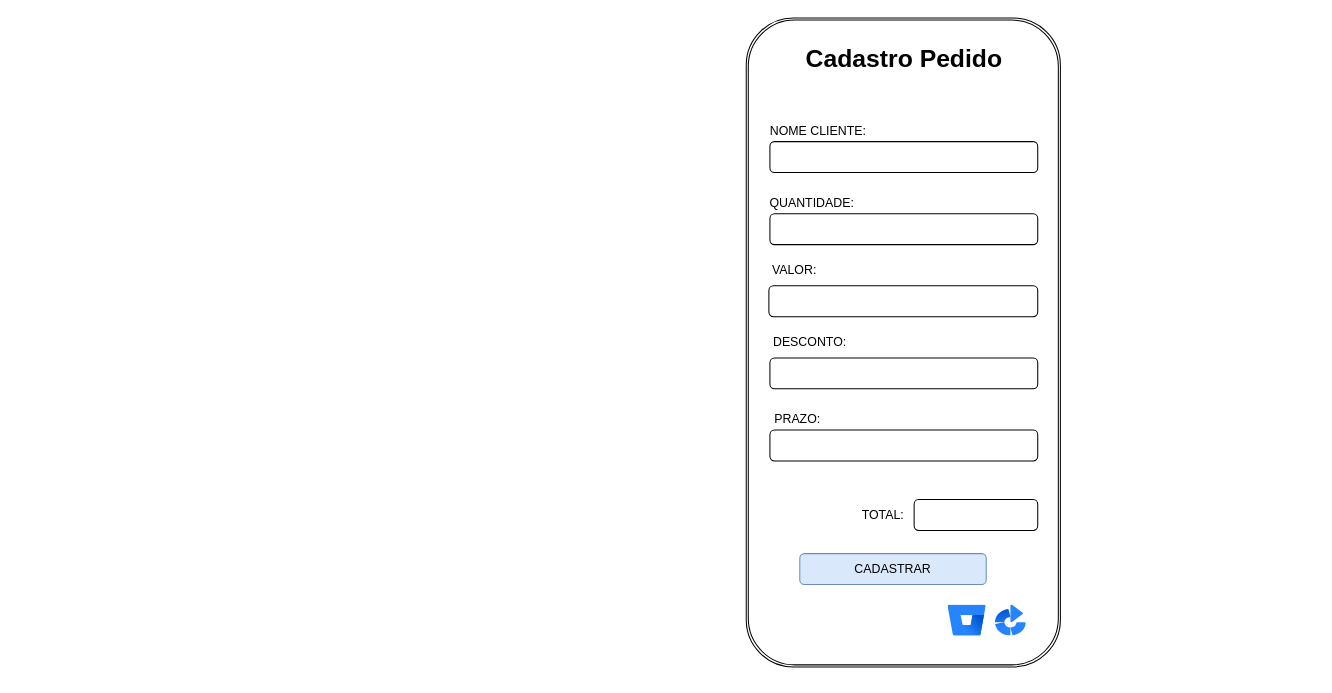
Above: page "Página-2" (2 of 4) of DOC/tela.drawio in rafaelareisilva/avatar.app (draw.io), before the change. Source tidied: cells renumbered, new cells numbered last; positions are measured from the earlier drawing's top-left corner, leaving out a move shared by most shapes. Both pictures are drawn from the tidied source at 103%, with x=0, y=0 at pixel (579, 38).
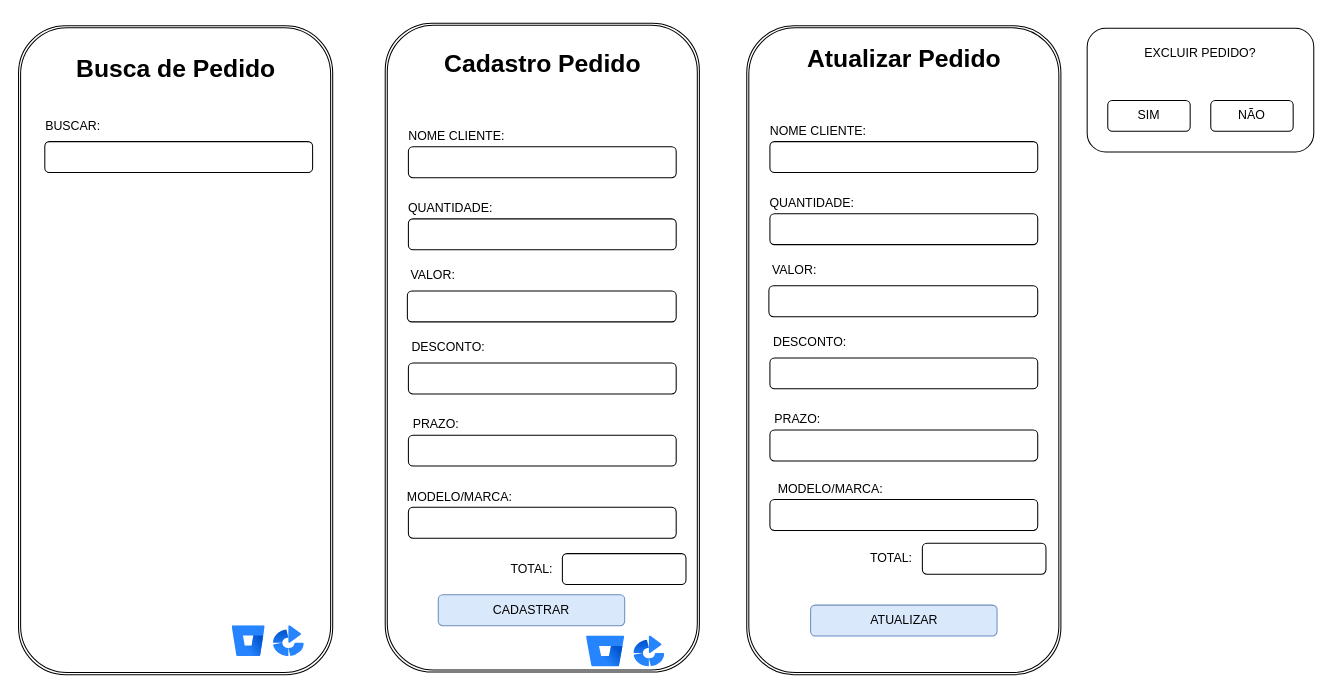
The same page after the edit.

Diff of the diagram source:
```diff
@@
     <mxCell id="2" style="shape=ext;double=1;rounded=1;whiteSpace=wrap;html=1;rotation=90;" parent="1" vertex="1">
-      <mxGeometry x="-0.5" y="142.5" width="630" height="305" as="geometry" />
+      <mxGeometry y="150" width="630" height="305" as="geometry" />
     </mxCell>
@@
-    <mxCell id="5" value="Cadastro Pedido" style="text;strokeColor=none;fillColor=none;html=1;fontSize=24;fontStyle=1;verticalAlign=middle;align=center;" parent="1" vertex="1">
+    <mxCell id="5" value="Atualizar Pedido" style="text;strokeColor=none;fillColor=none;html=1;fontSize=24;fontStyle=1;verticalAlign=middle;align=center;" parent="1" vertex="1">
       <mxGeometry x="265" width="100" height="40" as="geometry" />
     </mxCell>
@@
-    <mxCell id="9" style="image;html=1;image=img/lib/atlassian/Bamboo_Logo.svg;" parent="1" vertex="1">
-      <mxGeometry x="404" y="550" width="30" height="30" as="geometry" />
-    </mxCell>
-    <mxCell id="10" value="CADASTRAR" style="rounded=1;whiteSpace=wrap;html=1;fillColor=#dae8fc;strokeColor=#6c8ebf;" parent="1" vertex="1">
-      <mxGeometry x="214" y="500" width="181" height="30" as="geometry" />
+    <mxCell id="10" value="ATUALIZAR" style="rounded=1;whiteSpace=wrap;html=1;fillColor=#dae8fc;strokeColor=#6c8ebf;" parent="1" vertex="1">
+      <mxGeometry x="224.5" y="550" width="181" height="30" as="geometry" />
     </mxCell>
@@
-    <mxCell id="16" style="image;html=1;image=img/lib/atlassian/Bitbucket_Logo.svg;" parent="1" vertex="1">
-      <mxGeometry x="358" y="550" width="37" height="30" as="geometry" />
-    </mxCell>
     <mxCell id="17" style="rounded=1;whiteSpace=wrap;html=1;" parent="1" vertex="1">
-      <mxGeometry x="325" y="447.5" width="120" height="30" as="geometry" />
+      <mxGeometry x="333" y="490" width="120" height="30" as="geometry" />
     </mxCell>
     <mxCell id="18" value="TOTAL:" style="text;html=1;align=center;verticalAlign=middle;whiteSpace=wrap;rounded=0;" parent="1" vertex="1">
-      <mxGeometry x="265" y="447.5" width="60" height="30" as="geometry" />
+      <mxGeometry x="273" y="490" width="60" height="30" as="geometry" />
     </mxCell>
+    <mxCell id="19" value="EXCLUIR PEDIDO?&lt;div&gt;&lt;br&gt;&lt;/div&gt;&lt;div&gt;&lt;br&gt;&lt;/div&gt;&lt;div&gt;&lt;br&gt;&lt;/div&gt;&lt;div&gt;&lt;br&gt;&lt;/div&gt;&lt;div&gt;&lt;br&gt;&lt;/div&gt;" style="rounded=1;whiteSpace=wrap;html=1;" parent="1" vertex="1">
+      <mxGeometry x="493" y="-10" width="220" height="120" as="geometry" />
+    </mxCell>
+    <mxCell id="20" value="SIM" style="rounded=1;whiteSpace=wrap;html=1;" parent="1" vertex="1">
+      <mxGeometry x="513" y="60" width="80" height="30" as="geometry" />
+    </mxCell>
+    <mxCell id="21" value="NÃO" style="rounded=1;whiteSpace=wrap;html=1;" parent="1" vertex="1">
+      <mxGeometry x="613" y="60" width="80" height="30" as="geometry" />
+    </mxCell>
+    <mxCell id="22" style="shape=ext;double=1;rounded=1;whiteSpace=wrap;html=1;rotation=90;" parent="1" vertex="1">
+      <mxGeometry x="-351" y="147.5" width="630" height="305" as="geometry" />
+    </mxCell>
+    <mxCell id="23" style="rounded=1;whiteSpace=wrap;html=1;" parent="1" vertex="1">
+      <mxGeometry x="-166" y="105" width="260" height="30" as="geometry" />
+    </mxCell>
+    <mxCell id="24" value="NOME CLIENTE:" style="text;html=1;align=center;verticalAlign=middle;whiteSpace=wrap;rounded=0;" parent="1" vertex="1">
+      <mxGeometry x="-169" y="85" width="100" height="20" as="geometry" />
+    </mxCell>
+    <mxCell id="25" value="Cadastro Pedido" style="text;strokeColor=none;fillColor=none;html=1;fontSize=24;fontStyle=1;verticalAlign=middle;align=center;" parent="1" vertex="1">
+      <mxGeometry x="-86" y="5" width="100" height="40" as="geometry" />
+    </mxCell>
+    <mxCell id="26" value="QUANTIDADE:" style="text;html=1;align=center;verticalAlign=middle;whiteSpace=wrap;rounded=0;" parent="1" vertex="1">
+      <mxGeometry x="-147" y="155" width="44" height="20" as="geometry" />
+    </mxCell>
+    <mxCell id="27" style="rounded=1;whiteSpace=wrap;html=1;" parent="1" vertex="1">
+      <mxGeometry x="-167" y="245" width="261" height="30" as="geometry" />
+    </mxCell>
+    <mxCell id="28" value="VALOR:" style="text;html=1;align=center;verticalAlign=middle;whiteSpace=wrap;rounded=0;" parent="1" vertex="1">
+      <mxGeometry x="-177" y="215" width="70" height="30" as="geometry" />
+    </mxCell>
+    <mxCell id="29" style="image;html=1;image=img/lib/atlassian/Bamboo_Logo.svg;" parent="1" vertex="1">
+      <mxGeometry x="53" y="580" width="30" height="30" as="geometry" />
+    </mxCell>
+    <mxCell id="30" value="CADASTRAR" style="rounded=1;whiteSpace=wrap;html=1;fillColor=#dae8fc;strokeColor=#6c8ebf;" parent="1" vertex="1">
+      <mxGeometry x="-137" y="540" width="181" height="30" as="geometry" />
+    </mxCell>
+    <mxCell id="31" style="rounded=1;whiteSpace=wrap;html=1;" parent="1" vertex="1">
+      <mxGeometry x="-166" y="175" width="260" height="30" as="geometry" />
+    </mxCell>
+    <mxCell id="32" style="rounded=1;whiteSpace=wrap;html=1;" parent="1" vertex="1">
+      <mxGeometry x="-166" y="315" width="260" height="30" as="geometry" />
+    </mxCell>
+    <mxCell id="33" value="DESCONTO:" style="text;html=1;align=center;verticalAlign=middle;whiteSpace=wrap;rounded=0;" parent="1" vertex="1">
+      <mxGeometry x="-177" y="285" width="100" height="30" as="geometry" />
+    </mxCell>
+    <mxCell id="34" style="rounded=1;whiteSpace=wrap;html=1;" parent="1" vertex="1">
+      <mxGeometry x="-166" y="385" width="260" height="30" as="geometry" />
+    </mxCell>
+    <mxCell id="35" value="PRAZO:" style="text;html=1;align=center;verticalAlign=middle;whiteSpace=wrap;rounded=0;" parent="1" vertex="1">
+      <mxGeometry x="-169" y="365" width="60" height="20" as="geometry" />
+    </mxCell>
+    <mxCell id="36" style="image;html=1;image=img/lib/atlassian/Bitbucket_Logo.svg;" parent="1" vertex="1">
+      <mxGeometry x="7" y="580" width="37" height="30" as="geometry" />
+    </mxCell>
+    <mxCell id="37" style="rounded=1;whiteSpace=wrap;html=1;" parent="1" vertex="1">
+      <mxGeometry x="-16.5" y="500" width="120" height="30" as="geometry" />
+    </mxCell>
+    <mxCell id="38" value="TOTAL:" style="text;html=1;align=center;verticalAlign=middle;whiteSpace=wrap;rounded=0;" parent="1" vertex="1">
+      <mxGeometry x="-76.5" y="500" width="60" height="30" as="geometry" />
+    </mxCell>
+    <mxCell id="39" style="shape=ext;double=1;rounded=1;whiteSpace=wrap;html=1;rotation=90;" parent="1" vertex="1">
+      <mxGeometry x="-707" y="150" width="630" height="305" as="geometry" />
+    </mxCell>
+    <mxCell id="40" style="rounded=1;whiteSpace=wrap;html=1;" parent="1" vertex="1">
+      <mxGeometry x="-519" y="100" width="260" height="30" as="geometry" />
+    </mxCell>
+    <mxCell id="41" value="BUSCAR:" style="text;html=1;align=center;verticalAlign=middle;whiteSpace=wrap;rounded=0;" parent="1" vertex="1">
+      <mxGeometry x="-515.5" y="70" width="46.5" height="30" as="geometry" />
+    </mxCell>
+    <mxCell id="42" value="Busca de Pedido" style="text;strokeColor=none;fillColor=none;html=1;fontSize=24;fontStyle=1;verticalAlign=middle;align=center;" parent="1" vertex="1">
+      <mxGeometry x="-442" y="10" width="100" height="40" as="geometry" />
+    </mxCell>
+    <mxCell id="43" style="rounded=1;whiteSpace=wrap;html=1;" parent="1" vertex="1">
+      <mxGeometry x="-166" y="455" width="260" height="30" as="geometry" />
+    </mxCell>
+    <mxCell id="44" value="MODELO/MARCA:" style="text;html=1;align=center;verticalAlign=middle;whiteSpace=wrap;rounded=0;" parent="1" vertex="1">
+      <mxGeometry x="-146" y="430" width="60" height="30" as="geometry" />
+    </mxCell>
+    <mxCell id="45" value="MODELO/MARCA:" style="text;html=1;align=center;verticalAlign=middle;whiteSpace=wrap;rounded=0;" parent="1" vertex="1">
+      <mxGeometry x="214" y="422.5" width="60" height="30" as="geometry" />
+    </mxCell>
+    <mxCell id="46" style="rounded=1;whiteSpace=wrap;html=1;" parent="1" vertex="1">
+      <mxGeometry x="185" y="447.5" width="260" height="30" as="geometry" />
+    </mxCell>
+    <mxCell id="47" style="image;html=1;image=img/lib/atlassian/Bitbucket_Logo.svg;" parent="1" vertex="1">
+      <mxGeometry x="-337" y="570" width="32" height="30" as="geometry" />
+    </mxCell>
+    <mxCell id="48" style="image;html=1;image=img/lib/atlassian/Bamboo_Logo.svg;" parent="1" vertex="1">
+      <mxGeometry x="-297" y="570" width="30" height="30" as="geometry" />
+    </mxCell>
```
